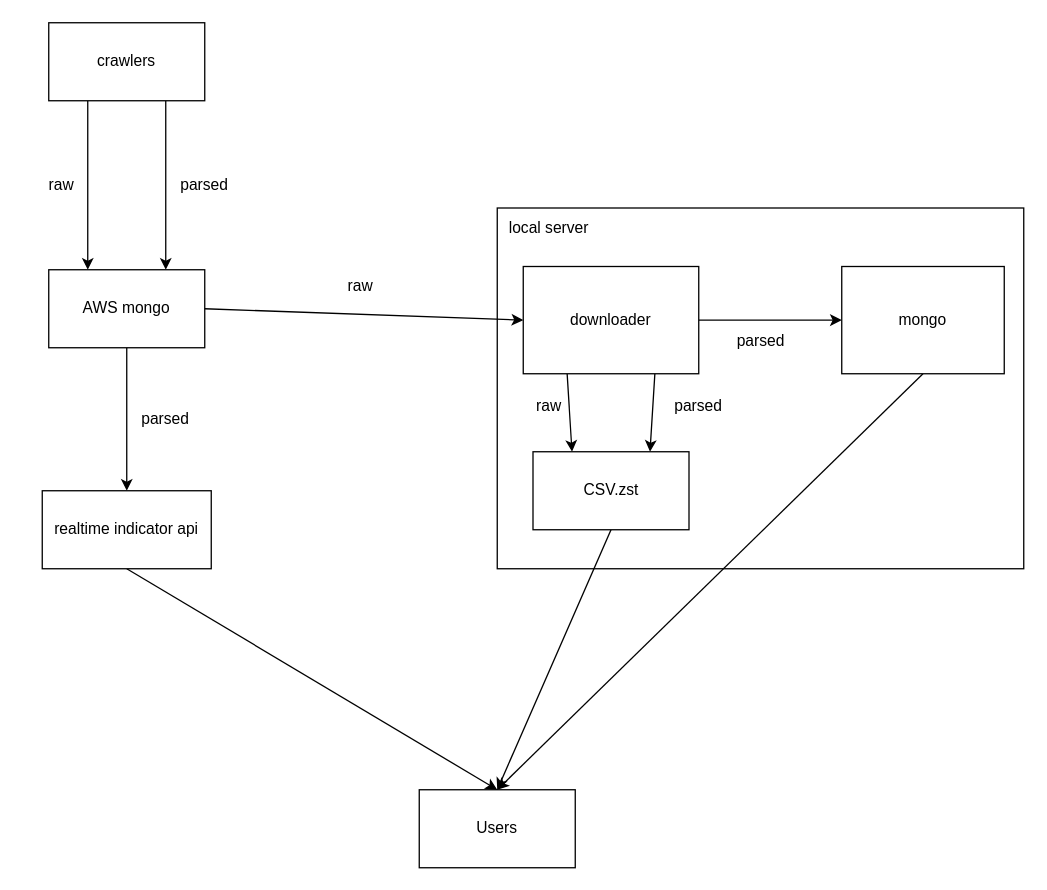
The draw.io diagram data_collection/overview2.dio in beckerinj/dio, before the edit. Source tidied: cells renumbered, new cells numbered last; positions are measured from the earlier drawing's top-left corner, leaving out a move shared by most shapes. Both pictures are drawn from the tidied source at 130%, with x=0, y=0 at pixel (22, 22).
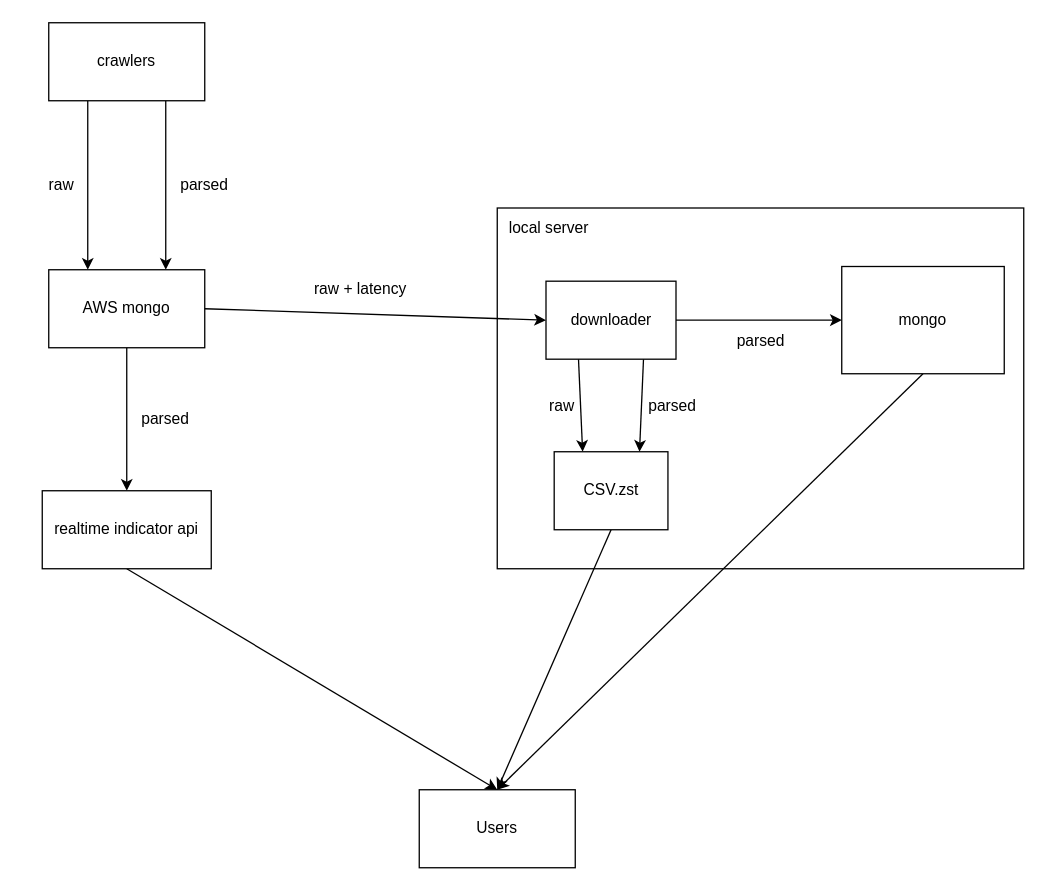
After the change.

The edit, as a diff of the source:
```diff
@@
     <mxCell id="14" value="downloader" style="rounded=0;whiteSpace=wrap;html=1;" parent="1" vertex="1">
-      <mxGeometry x="385" y="187.5" width="135" height="82.5" as="geometry" />
+      <mxGeometry x="402.5" y="198.8" width="100" height="60" as="geometry" />
     </mxCell>
@@
-    <mxCell id="18" value="raw" style="text;html=1;strokeColor=none;fillColor=none;align=center;verticalAlign=middle;whiteSpace=wrap;rounded=0;" parent="1" vertex="1">
-      <mxGeometry x="230" y="187.5" width="60" height="30" as="geometry" />
+    <mxCell id="18" value="raw + latency" style="text;html=1;strokeColor=none;fillColor=none;align=center;verticalAlign=middle;whiteSpace=wrap;rounded=0;" parent="1" vertex="1">
+      <mxGeometry x="215" y="190" width="90" height="30" as="geometry" />
     </mxCell>
@@
     <mxCell id="25" value="CSV.zst" style="rounded=0;whiteSpace=wrap;html=1;" parent="1" vertex="1">
-      <mxGeometry x="392.5" y="330" width="120" height="60" as="geometry" />
+      <mxGeometry x="408.8" y="330" width="87.5" height="60" as="geometry" />
     </mxCell>
     <mxCell id="26" value="parsed" style="text;html=1;strokeColor=none;fillColor=none;align=center;verticalAlign=middle;whiteSpace=wrap;rounded=0;" parent="1" vertex="1">
-      <mxGeometry x="490" y="280" width="60" height="30" as="geometry" />
+      <mxGeometry x="470" y="280" width="60" height="30" as="geometry" />
     </mxCell>
     <mxCell id="27" value="raw" style="text;html=1;strokeColor=none;fillColor=none;align=center;verticalAlign=middle;whiteSpace=wrap;rounded=0;" parent="1" vertex="1">
-      <mxGeometry x="375" y="280" width="60" height="30" as="geometry" />
+      <mxGeometry x="385" y="280" width="60" height="30" as="geometry" />
     </mxCell>
```
